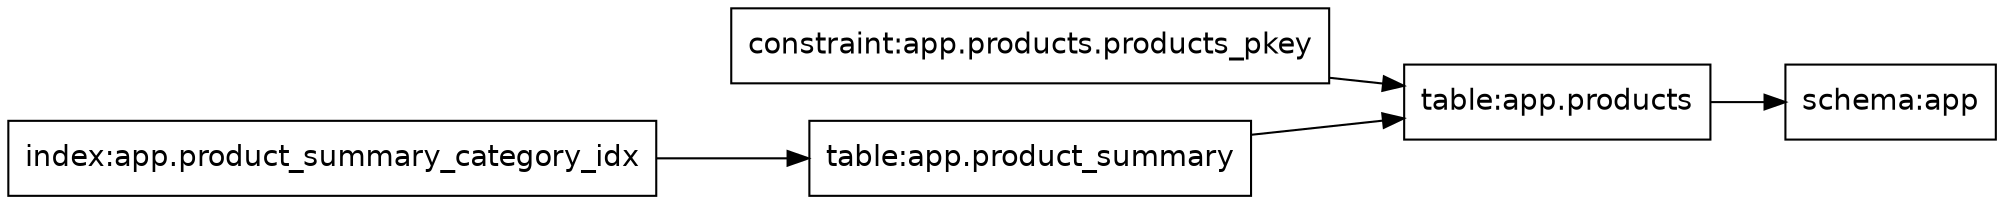
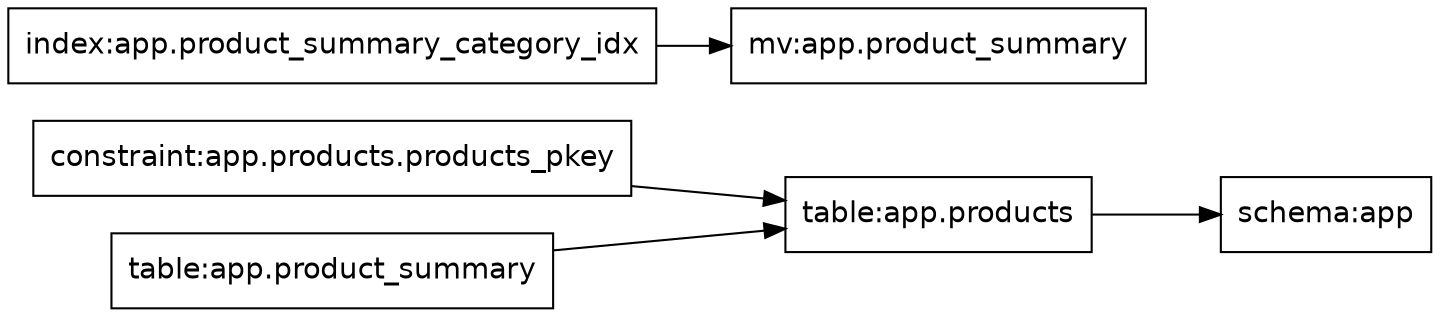
digraph pgevolve_deps {
  rankdir=LR;
  node [shape=box, fontname=Helvetica];
  "constraint:app.products.products_pkey";
  "index:app.product_summary_category_idx";
+   "mv:app.product_summary";
  "schema:app";
  "table:app.product_summary";
  "table:app.products";
  "table:app.product_summary" -> "table:app.products" [style=solid];
  "table:app.products" -> "schema:app" [style=solid];
-   "index:app.product_summary_category_idx" -> "table:app.product_summary" [style=solid];
+   "index:app.product_summary_category_idx" -> "mv:app.product_summary" [style=solid];
  "constraint:app.products.products_pkey" -> "table:app.products" [style=solid];
}
